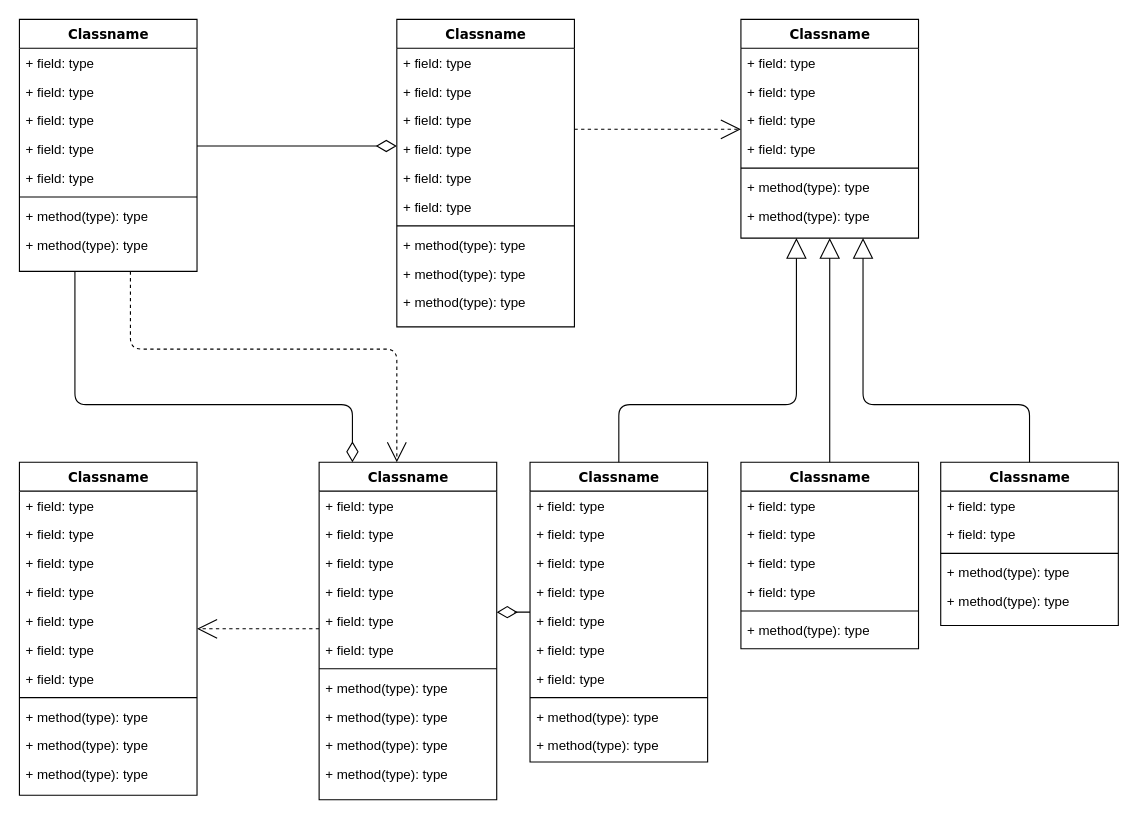
Before: Untitled Diagram.drawio in paranur/dastur, a draw.io diagram. Source tidied: cells renumbered, new cells numbered last; positions are measured from the earlier drawing's top-left corner, leaving out a move shared by most shapes. Both pictures are drawn from the tidied source at 111%, with x=0, y=0 at pixel (19, 19).
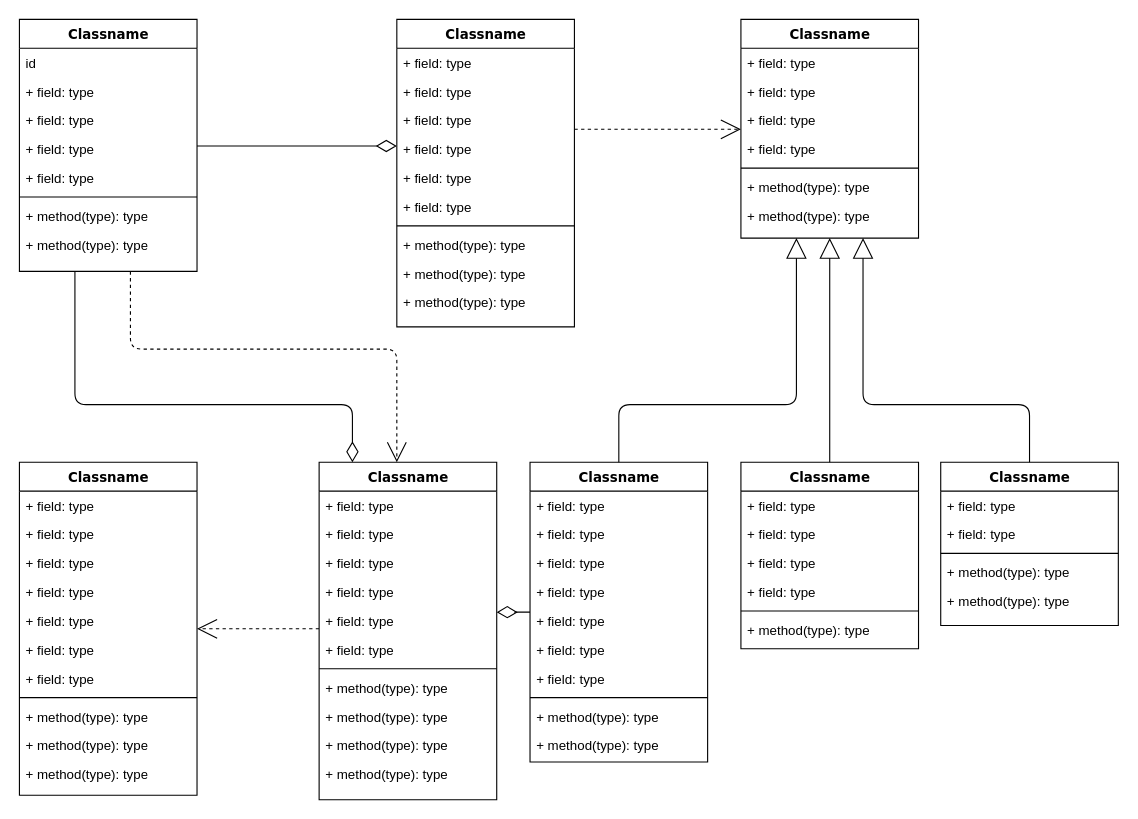
The same page after the edit.

The change refers to these unchanged cells:
```xml
<mxCell id="4" value="Classname" style="swimlane;html=1;fontStyle=1;align=center;verticalAlign=top;horizontal=1;startSize=26;swimlaneFillColor=#ffffff;rounded=0;shadow=0;comic=0;labelBackgroundColor=none;strokeWidth=1;fillColor=none;fontFamily=Verdana;fontSize=12;" parent="1" vertex="1">
  <mxGeometry width="160" height="227" as="geometry" />
</mxCell>
```

Diff of the diagram source:
```diff
@@
-    <mxCell id="5" value="+ field: type" style="text;html=1;strokeColor=none;fillColor=none;align=left;verticalAlign=top;spacingLeft=4;spacingRight=4;whiteSpace=wrap;overflow=hidden;" parent="4" vertex="1">
+    <mxCell id="5" value="id&lt;br&gt;" style="text;html=1;strokeColor=none;fillColor=none;align=left;verticalAlign=top;spacingLeft=4;spacingRight=4;whiteSpace=wrap;overflow=hidden;" parent="4" vertex="1">
       <mxGeometry y="26" width="160" height="26" as="geometry" />
     </mxCell>
```
